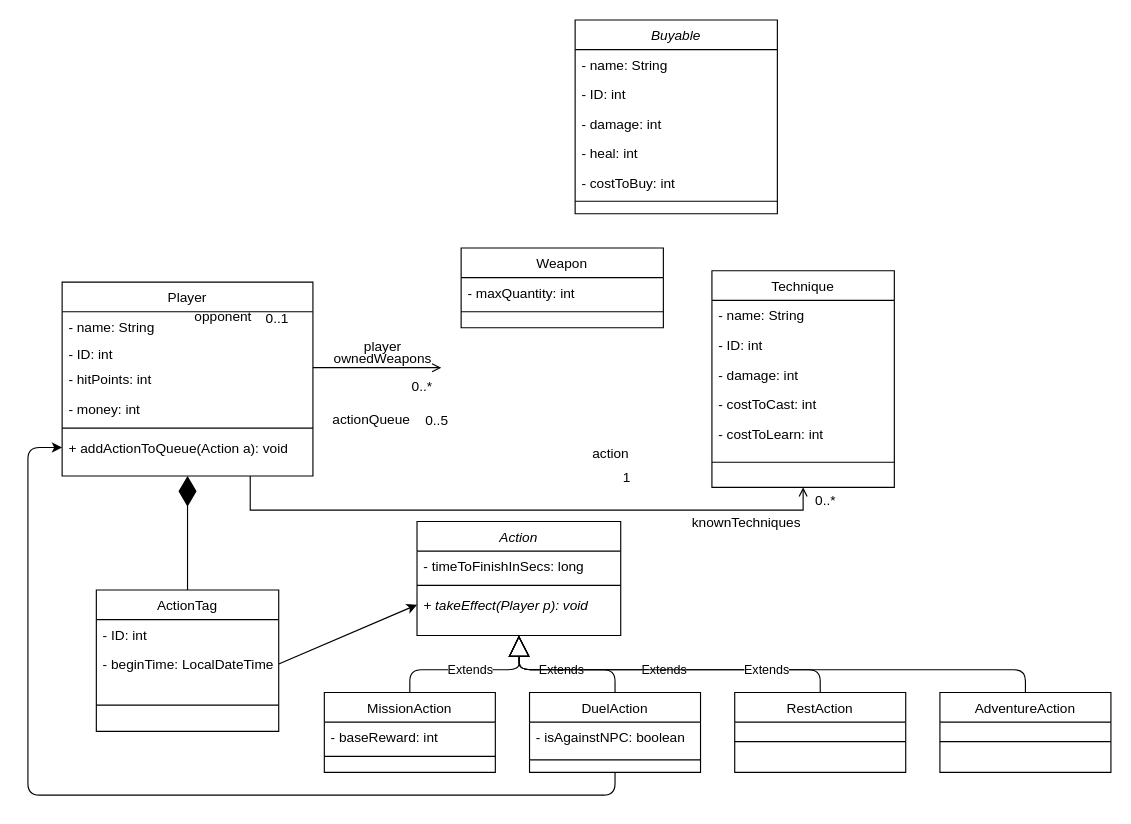
turostaska/AdventureGame keeps this draw.io diagram as uml/class.drawio. Above is the earlier version. Source tidied: cells renumbered, new cells numbered last; positions are measured from the earlier drawing's top-left corner, leaving out a move shared by most shapes. Both pictures are drawn from the tidied source at 114%, with x=0, y=0 at pixel (27, 19).
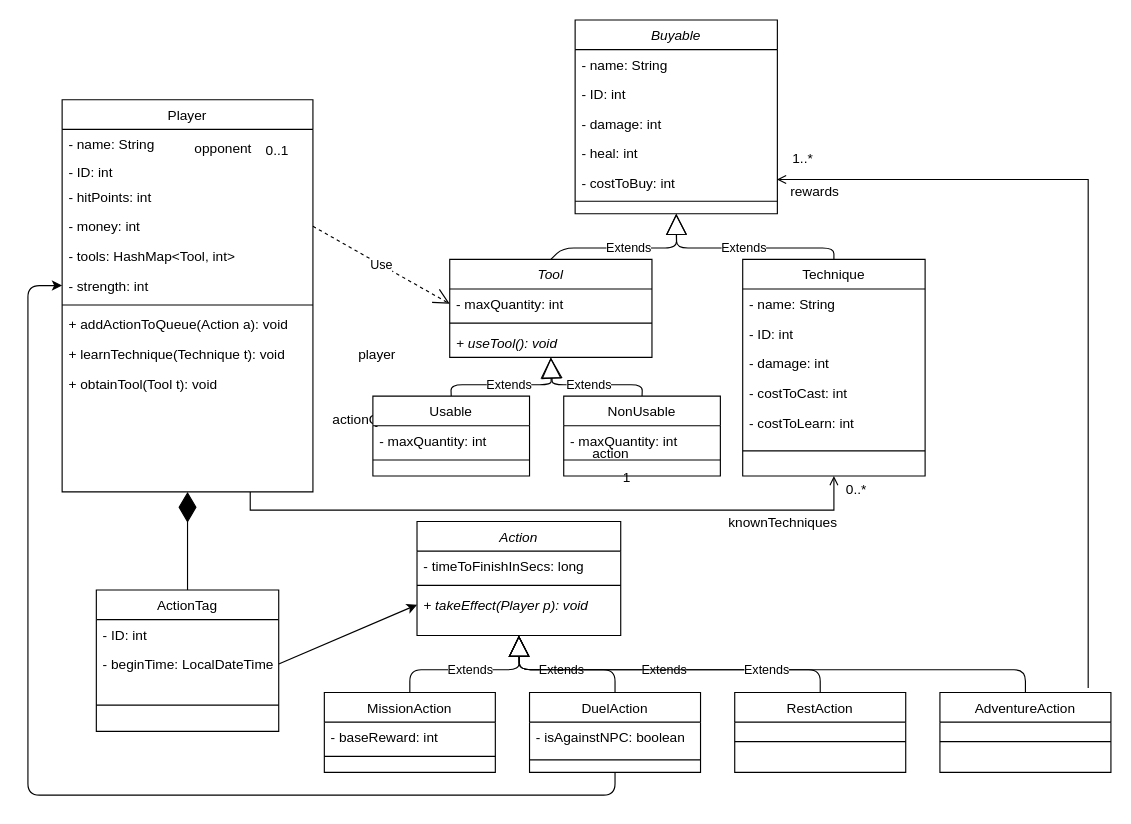
After the change.

Unchanged cells that the change refers to:
```xml
<mxCell id="15" value="- money: int&#10;" style="text;align=left;verticalAlign=top;spacingLeft=4;spacingRight=4;overflow=hidden;points=[[0,0.5],[1,0.5]];portConstraint=eastwest;rounded=0;shadow=0;html=0;" parent="11" vertex="1">
  <mxGeometry y="98" width="220" height="26" as="geometry" />
</mxCell>
<mxCell id="34" value="DuelAction" style="swimlane;fontStyle=0;align=center;verticalAlign=top;horizontal=1;startSize=26;rounded=0;shadow=0;strokeWidth=1;" parent="1" vertex="1">
  <mxGeometry x="440" y="590" width="150" height="70" as="geometry" />
</mxCell>
<mxCell id="43" value="AdventureAction" style="swimlane;fontStyle=0;align=center;verticalAlign=top;horizontal=1;startSize=26;rounded=0;shadow=0;strokeWidth=1;" parent="1" vertex="1">
  <mxGeometry x="800" y="590" width="150" height="70" as="geometry" />
</mxCell>
<mxCell id="64" value="- maxQuantity: int" style="text;align=left;verticalAlign=top;spacingLeft=4;spacingRight=4;overflow=hidden;points=[[0,0.5],[1,0.5]];portConstraint=eastwest;rounded=0;shadow=0;html=0;" parent="63" vertex="1">
  <mxGeometry y="26" width="177.4" height="26" as="geometry" />
</mxCell>
```

The edit, as a diff of the source:
```diff
@@
     <mxCell id="8" value="player" style="text;html=1;align=center;verticalAlign=middle;labelBackgroundColor=none;rounded=0;shadow=0;strokeWidth=1;fontSize=12;" parent="1" vertex="1">
       <mxGeometry x="0.5" y="49" relative="1" as="geometry">
-        <mxPoint x="310" y="286" as="offset" />
+        <mxPoint x="305" y="293" as="offset" />
       </mxGeometry>
     </mxCell>
     <mxCell id="9" value="0..1" style="align=right;verticalAlign=bottom;labelBackgroundColor=none;fontSize=12;" parent="1" vertex="1">
       <mxGeometry x="1" relative="1" as="geometry">
-        <mxPoint x="230" y="270" as="offset" />
+        <mxPoint x="230" y="123" as="offset" />
       </mxGeometry>
     </mxCell>
@@
     <mxCell id="11" value="Player" style="swimlane;fontStyle=0;align=center;verticalAlign=top;horizontal=1;startSize=26;rounded=0;shadow=0;strokeWidth=1;" parent="1" vertex="1">
-      <mxGeometry x="30" y="230" width="220" height="170" as="geometry" />
+      <mxGeometry x="30" y="70" width="220" height="344" as="geometry" />
     </mxCell>
@@
+    <mxCell id="66" value="- tools: HashMap&lt;Tool, int&gt;&#10;" style="text;align=left;verticalAlign=top;spacingLeft=4;spacingRight=4;overflow=hidden;rounded=0;shadow=0;html=0;" parent="11" vertex="1">
+      <mxGeometry y="124" width="220" height="26" as="geometry" />
+    </mxCell>
+    <mxCell id="67" value="- strength: int&#10;" style="text;align=left;verticalAlign=top;spacingLeft=4;spacingRight=4;overflow=hidden;points=[[0,0.5],[1,0.5]];portConstraint=eastwest;rounded=0;shadow=0;html=0;" parent="11" vertex="1">
+      <mxGeometry y="150" width="220" height="26" as="geometry" />
+    </mxCell>
     <mxCell id="16" style="line;html=1;strokeWidth=1;align=left;verticalAlign=middle;spacingTop=-1;spacingLeft=3;spacingRight=3;labelPosition=right;" parent="11" vertex="1">
-      <mxGeometry y="124" width="220" height="8" as="geometry" />
+      <mxGeometry y="176" width="220" height="8" as="geometry" />
     </mxCell>
     <mxCell id="17" value="+ addActionToQueue(Action a): void" style="text;align=left;verticalAlign=top;spacingLeft=4;spacingRight=4;overflow=hidden;points=[[0,0.5],[1,0.5]];portConstraint=eastwest;rounded=0;shadow=0;html=0;" parent="11" vertex="1">
-      <mxGeometry y="132" width="220" height="26" as="geometry" />
+      <mxGeometry y="184" width="220" height="26" as="geometry" />
     </mxCell>
-    <mxCell id="18" style="endArrow=open;shadow=0;strokeWidth=1;strokeColor=#000000;rounded=0;endFill=1;edgeStyle=elbowEdgeStyle;elbow=vertical;" parent="1" edge="1" source="11">
-      <mxGeometry x="0.5" y="41" relative="1" as="geometry">
-        <mxPoint x="362.6" y="305" as="targetPoint" />
-        <mxPoint x="-40" y="32" as="offset" />
-      </mxGeometry>
-    </mxCell>
-    <mxCell id="19" style="align=left;verticalAlign=bottom;labelBackgroundColor=none;fontSize=12;" parent="18" vertex="1">
-      <mxGeometry x="-1" relative="1" as="geometry">
-        <mxPoint y="4" as="offset" />
-      </mxGeometry>
-    </mxCell>
-    <mxCell id="20" value="0..*" style="align=right;verticalAlign=bottom;labelBackgroundColor=none;fontSize=12;" parent="18" vertex="1">
-      <mxGeometry x="1" relative="1" as="geometry">
-        <mxPoint x="-7" y="25" as="offset" />
-      </mxGeometry>
-    </mxCell>
-    <mxCell id="21" value="ownedWeapons" style="text;html=1;align=center;verticalAlign=middle;labelBackgroundColor=none;rounded=0;shadow=0;strokeWidth=1;fontSize=12;" parent="18" vertex="1">
-      <mxGeometry x="0.5" y="49" relative="1" as="geometry">
-        <mxPoint x="-24" y="40" as="offset" />
-      </mxGeometry>
-    </mxCell>
+    <mxCell id="68" value="+ learnTechnique(Technique t): void" style="text;align=left;verticalAlign=top;spacingLeft=4;spacingRight=4;overflow=hidden;rounded=0;shadow=0;html=0;" parent="11" vertex="1">
+      <mxGeometry y="210" width="220" height="26" as="geometry" />
+    </mxCell>
+    <mxCell id="69" value="+ obtainTool(Tool t): void" style="text;align=left;verticalAlign=top;spacingLeft=4;spacingRight=4;overflow=hidden;rounded=0;shadow=0;html=0;" parent="11" vertex="1">
+      <mxGeometry y="236" width="220" height="26" as="geometry" />
+    </mxCell>
@@
-    <mxCell id="37" style="endArrow=classic;html=1;exitX=0.5;exitY=1;exitDx=0;exitDy=0;entryX=0;entryY=0.5;entryDx=0;entryDy=0;" parent="1" edge="1" source="34" target="17">
+    <mxCell id="37" style="endArrow=classic;html=1;exitX=0.5;exitY=1;exitDx=0;exitDy=0;entryX=0;entryY=0.5;entryDx=0;entryDy=0;" parent="1" edge="1" source="34" target="67">
       <mxGeometry relative="1" as="geometry">
         <Array as="points">
           <mxPoint x="515" y="680" />
           <mxPoint y="680" />
-          <mxPoint y="375" />
+          <mxPoint y="233" />
         </Array>
       </mxGeometry>
     </mxCell>
     <mxCell id="38" value="opponent" style="text;html=1;align=center;verticalAlign=middle;labelBackgroundColor=none;rounded=0;shadow=0;strokeWidth=1;fontSize=12;" parent="1" vertex="1">
       <mxGeometry x="0.5" y="49" relative="1" as="geometry">
-        <mxPoint x="170" y="260" as="offset" />
+        <mxPoint x="170" y="112" as="offset" />
       </mxGeometry>
     </mxCell>
@@
+    <mxCell id="56" value="Buyable" style="swimlane;fontStyle=2;align=center;verticalAlign=top;horizontal=1;startSize=26;rounded=0;shadow=0;strokeWidth=1;" parent="1" vertex="1">
+      <mxGeometry x="480" width="177.4" height="170" as="geometry" />
+    </mxCell>
+    <mxCell id="57" value="- name: String" style="text;align=left;verticalAlign=top;spacingLeft=4;spacingRight=4;overflow=hidden;" parent="56" vertex="1">
+      <mxGeometry y="26" width="177.4" height="26" as="geometry" />
+    </mxCell>
+    <mxCell id="58" value="- ID: int" style="text;align=left;verticalAlign=top;spacingLeft=4;spacingRight=4;overflow=hidden;rounded=0;shadow=0;html=0;" parent="56" vertex="1">
+      <mxGeometry y="52" width="177.4" height="26" as="geometry" />
+    </mxCell>
+    <mxCell id="59" value="- damage: int" style="text;align=left;verticalAlign=top;spacingLeft=4;spacingRight=4;overflow=hidden;rounded=0;shadow=0;html=0;" parent="56" vertex="1">
+      <mxGeometry y="78" width="177.4" height="26" as="geometry" />
+    </mxCell>
+    <mxCell id="60" value="- heal: int" style="text;align=left;verticalAlign=top;spacingLeft=4;spacingRight=4;overflow=hidden;rounded=0;shadow=0;html=0;" parent="56" vertex="1">
+      <mxGeometry y="104" width="177.4" height="26" as="geometry" />
+    </mxCell>
+    <mxCell id="61" value="- costToBuy: int" style="text;align=left;verticalAlign=top;spacingLeft=4;spacingRight=4;overflow=hidden;rounded=0;shadow=0;html=0;" parent="56" vertex="1">
+      <mxGeometry y="130" width="177.4" height="26" as="geometry" />
+    </mxCell>
+    <mxCell id="62" style="line;html=1;strokeWidth=1;align=left;verticalAlign=middle;spacingTop=-1;spacingLeft=3;spacingRight=3;labelPosition=right;" parent="56" vertex="1">
+      <mxGeometry y="156" width="177.4" height="6" as="geometry" />
+    </mxCell>
+    <mxCell id="70" value="Extends" style="endArrow=block;endSize=16;endFill=0;html=1;entryX=0.5;entryY=1;entryDx=0;entryDy=0;exitX=0.5;exitY=0;exitDx=0;exitDy=0;" parent="1" edge="1" source="63" target="56">
+      <mxGeometry relative="1" as="geometry">
+        <Array as="points">
+          <mxPoint x="469" y="200" />
+          <mxPoint x="569" y="200" />
+        </Array>
+      </mxGeometry>
+    </mxCell>
     <mxCell id="49" value="Technique" style="swimlane;fontStyle=0;align=center;verticalAlign=top;horizontal=1;startSize=26;rounded=0;shadow=0;strokeWidth=1;" parent="1" vertex="1">
-      <mxGeometry x="600" y="220" width="160" height="190" as="geometry" />
+      <mxGeometry x="627" y="210" width="160" height="190" as="geometry" />
     </mxCell>
@@
-    <mxCell id="56" value="Buyable" style="swimlane;fontStyle=2;align=center;verticalAlign=top;horizontal=1;startSize=26;rounded=0;shadow=0;strokeWidth=1;" parent="1" vertex="1">
-      <mxGeometry x="480" width="177.4" height="170" as="geometry" />
-    </mxCell>
-    <mxCell id="57" value="- name: String" style="text;align=left;verticalAlign=top;spacingLeft=4;spacingRight=4;overflow=hidden;" parent="56" vertex="1">
-      <mxGeometry y="26" width="177.4" height="26" as="geometry" />
-    </mxCell>
-    <mxCell id="58" value="- ID: int" style="text;align=left;verticalAlign=top;spacingLeft=4;spacingRight=4;overflow=hidden;rounded=0;shadow=0;html=0;" parent="56" vertex="1">
-      <mxGeometry y="52" width="177.4" height="26" as="geometry" />
-    </mxCell>
-    <mxCell id="59" value="- damage: int" style="text;align=left;verticalAlign=top;spacingLeft=4;spacingRight=4;overflow=hidden;rounded=0;shadow=0;html=0;" parent="56" vertex="1">
-      <mxGeometry y="78" width="177.4" height="26" as="geometry" />
-    </mxCell>
-    <mxCell id="60" value="- heal: int" style="text;align=left;verticalAlign=top;spacingLeft=4;spacingRight=4;overflow=hidden;rounded=0;shadow=0;html=0;" parent="56" vertex="1">
-      <mxGeometry y="104" width="177.4" height="26" as="geometry" />
-    </mxCell>
-    <mxCell id="61" value="- costToBuy: int" style="text;align=left;verticalAlign=top;spacingLeft=4;spacingRight=4;overflow=hidden;rounded=0;shadow=0;html=0;" parent="56" vertex="1">
-      <mxGeometry y="130" width="177.4" height="26" as="geometry" />
-    </mxCell>
-    <mxCell id="62" style="line;html=1;strokeWidth=1;align=left;verticalAlign=middle;spacingTop=-1;spacingLeft=3;spacingRight=3;labelPosition=right;" parent="56" vertex="1">
-      <mxGeometry y="156" width="177.4" height="6" as="geometry" />
-    </mxCell>
+    <mxCell id="71" value="Extends" style="endArrow=block;endSize=16;endFill=0;html=1;entryX=0.5;entryY=1;entryDx=0;entryDy=0;exitX=0.5;exitY=0;exitDx=0;exitDy=0;" parent="1" edge="1" source="49" target="56">
+      <mxGeometry relative="1" as="geometry">
+        <Array as="points">
+          <mxPoint x="707" y="200" />
+          <mxPoint x="569" y="200" />
+        </Array>
+      </mxGeometry>
+    </mxCell>
+    <mxCell id="72" value="Extends" style="endArrow=block;endSize=16;endFill=0;html=1;exitX=0.5;exitY=0;exitDx=0;exitDy=0;entryX=0.5;entryY=1;entryDx=0;entryDy=0;" parent="1" edge="1" source="75" target="63">
+      <mxGeometry relative="1" as="geometry">
+        <Array as="points">
+          <mxPoint x="371" y="320" />
+          <mxPoint x="459" y="320" />
+        </Array>
+      </mxGeometry>
+    </mxCell>
+    <mxCell id="73" value="Extends" style="endArrow=block;endSize=16;endFill=0;html=1;exitX=0.5;exitY=0;exitDx=0;exitDy=0;entryX=0.5;entryY=1;entryDx=0;entryDy=0;" parent="1" edge="1" source="78" target="63">
+      <mxGeometry relative="1" as="geometry">
+        <Array as="points">
+          <mxPoint x="539" y="320" />
+          <mxPoint x="460" y="320" />
+        </Array>
+      </mxGeometry>
+    </mxCell>
-    <mxCell id="63" value="Weapon" style="swimlane;fontStyle=0;align=center;verticalAlign=top;horizontal=1;startSize=26;rounded=0;shadow=0;strokeWidth=1;" parent="1" vertex="1">
-      <mxGeometry x="380" y="200" width="177.4" height="70" as="geometry" />
+    <mxCell id="63" value="Tool" style="swimlane;fontStyle=2;align=center;verticalAlign=top;horizontal=1;startSize=26;rounded=0;shadow=0;strokeWidth=1;" parent="1" vertex="1">
+      <mxGeometry x="370" y="210" width="177.4" height="86" as="geometry" />
     </mxCell>
@@
+    <mxCell id="74" value="+ useTool(): void" style="text;align=left;verticalAlign=top;spacingLeft=4;spacingRight=4;overflow=hidden;rounded=0;shadow=0;html=0;fontStyle=2;" parent="63" vertex="1">
+      <mxGeometry y="60" width="177.4" height="26" as="geometry" />
+    </mxCell>
+    <mxCell id="75" value="Usable" style="swimlane;fontStyle=0;align=center;verticalAlign=top;horizontal=1;startSize=26;rounded=0;shadow=0;strokeWidth=1;" parent="1" vertex="1">
+      <mxGeometry x="302.6" y="330" width="137.4" height="70" as="geometry" />
+    </mxCell>
+    <mxCell id="76" value="- maxQuantity: int" style="text;align=left;verticalAlign=top;spacingLeft=4;spacingRight=4;overflow=hidden;rounded=0;shadow=0;html=0;" parent="75" vertex="1">
+      <mxGeometry y="26" width="137.4" height="26" as="geometry" />
+    </mxCell>
+    <mxCell id="77" style="line;html=1;strokeWidth=1;align=left;verticalAlign=middle;spacingTop=-1;spacingLeft=3;spacingRight=3;labelPosition=right;" parent="75" vertex="1">
+      <mxGeometry y="52" width="137.4" height="8" as="geometry" />
+    </mxCell>
+    <mxCell id="78" value="NonUsable" style="swimlane;fontStyle=0;align=center;verticalAlign=top;horizontal=1;startSize=26;rounded=0;shadow=0;strokeWidth=1;" parent="1" vertex="1">
+      <mxGeometry x="470" y="330" width="137.4" height="70" as="geometry" />
+    </mxCell>
+    <mxCell id="79" value="- maxQuantity: int" style="text;align=left;verticalAlign=top;spacingLeft=4;spacingRight=4;overflow=hidden;rounded=0;shadow=0;html=0;" parent="78" vertex="1">
+      <mxGeometry y="26" width="137.4" height="26" as="geometry" />
+    </mxCell>
+    <mxCell id="80" style="line;html=1;strokeWidth=1;align=left;verticalAlign=middle;spacingTop=-1;spacingLeft=3;spacingRight=3;labelPosition=right;" parent="78" vertex="1">
+      <mxGeometry y="52" width="137.4" height="8" as="geometry" />
+    </mxCell>
+    <mxCell id="81" value="Use" style="endArrow=open;endSize=12;dashed=1;html=1;exitX=1;exitY=0.5;exitDx=0;exitDy=0;entryX=0;entryY=0.5;entryDx=0;entryDy=0;" parent="1" edge="1" source="15" target="64">
+      <mxGeometry relative="1" as="geometry" />
+    </mxCell>
+    <mxCell id="82" style="endArrow=open;shadow=0;strokeWidth=1;strokeColor=#000000;rounded=0;endFill=1;edgeStyle=elbowEdgeStyle;elbow=vertical;exitX=0.867;exitY=-0.057;exitDx=0;exitDy=0;exitPerimeter=0;" parent="1" edge="1" source="43">
+      <mxGeometry x="0.5" y="41" relative="1" as="geometry">
+        <mxPoint x="657" y="140" as="targetPoint" />
+        <Array as="points">
+          <mxPoint x="860" y="140" />
+          <mxPoint x="510" y="430" />
+          <mxPoint x="50" y="230" />
+          <mxPoint x="20" y="330" />
+          <mxPoint x="70" y="315" />
+        </Array>
+        <mxPoint x="-40" y="32" as="offset" />
+      </mxGeometry>
+    </mxCell>
+    <mxCell id="83" style="align=left;verticalAlign=bottom;labelBackgroundColor=none;fontSize=12;" parent="82" vertex="1">
+      <mxGeometry x="-1" relative="1" as="geometry">
+        <mxPoint y="4" as="offset" />
+      </mxGeometry>
+    </mxCell>
+    <mxCell id="84" value="1..*" style="align=right;verticalAlign=bottom;labelBackgroundColor=none;fontSize=12;" parent="82" vertex="1">
+      <mxGeometry x="1" relative="1" as="geometry">
+        <mxPoint x="32.9" y="-10" as="offset" />
+      </mxGeometry>
+    </mxCell>
+    <mxCell id="85" value="rewards" style="text;html=1;align=center;verticalAlign=middle;labelBackgroundColor=none;rounded=0;shadow=0;strokeWidth=1;fontSize=12;" parent="82" vertex="1">
+      <mxGeometry x="0.5" y="49" relative="1" as="geometry">
+        <mxPoint x="-147.1" y="-39" as="offset" />
+      </mxGeometry>
+    </mxCell>
```
